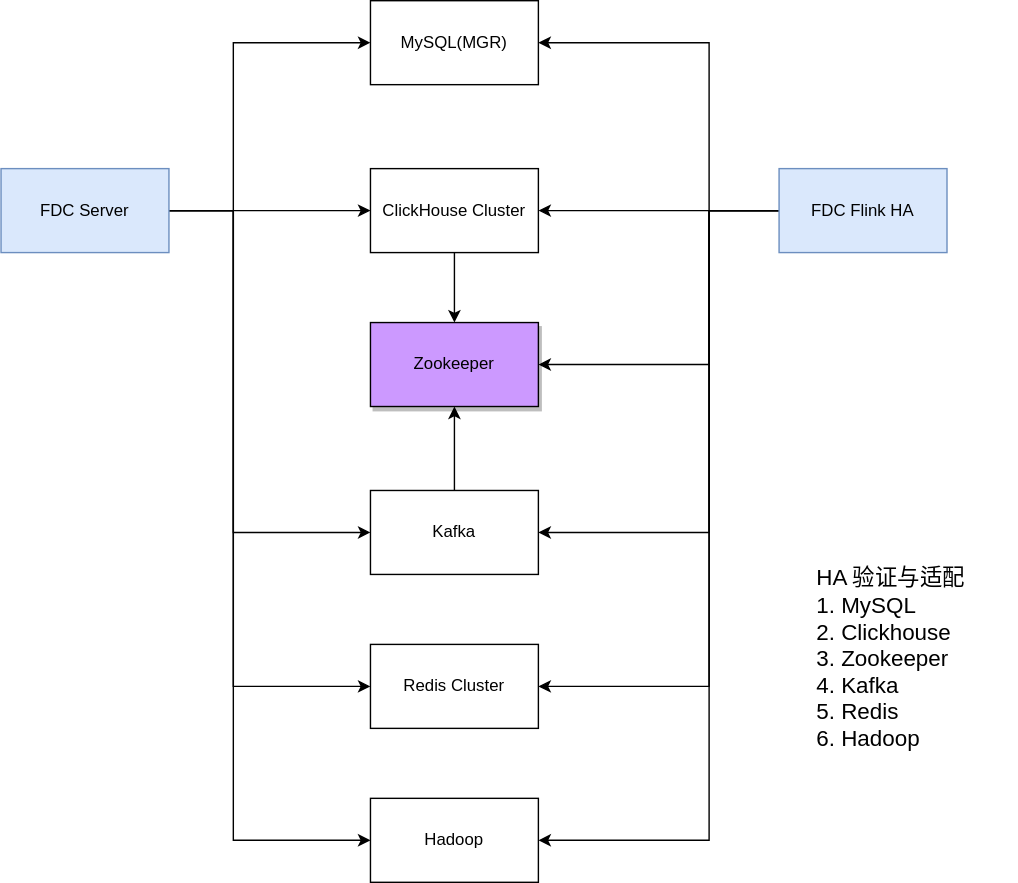
Before: FDC分布式集群方案.drawio.svg, a diagram exported from draw.io (siyawu/draw). Source tidied: cells renumbered, new cells last; positions are measured from the earlier drawing's top-left corner, leaving out a move shared by most shapes. Its diagram source:
```xml
<mxGraphModel>
  <root>
    <mxCell id="0" />
    <mxCell id="1" parent="0" />
    <mxCell id="2" value="Redis Cluster" style="rounded=0;whiteSpace=wrap;html=1;" parent="1" vertex="1">
      <mxGeometry x="264" y="460" width="120" height="60" as="geometry" />
    </mxCell>
    <mxCell id="3" style="edgeStyle=orthogonalEdgeStyle;rounded=0;jettySize=auto;html=1;entryX=0.5;entryY=0;entryDx=0;entryDy=0;" parent="1" edge="1" source="4" target="8">
      <mxGeometry relative="1" as="geometry" />
    </mxCell>
    <mxCell id="4" value="ClickHouse Cluster" style="rounded=0;whiteSpace=wrap;html=1;" parent="1" vertex="1">
      <mxGeometry x="264" y="120" width="120" height="60" as="geometry" />
    </mxCell>
    <mxCell id="5" value="MySQL(MGR)" style="rounded=0;whiteSpace=wrap;html=1;" parent="1" vertex="1">
      <mxGeometry x="264" width="120" height="60" as="geometry" />
    </mxCell>
    <mxCell id="6" style="edgeStyle=orthogonalEdgeStyle;rounded=0;jettySize=auto;html=1;entryX=0.5;entryY=1;entryDx=0;entryDy=0;" parent="1" edge="1" source="7" target="8">
      <mxGeometry relative="1" as="geometry" />
    </mxCell>
    <mxCell id="7" value="Kafka" style="rounded=0;whiteSpace=wrap;html=1;" parent="1" vertex="1">
      <mxGeometry x="264" y="350" width="120" height="60" as="geometry" />
    </mxCell>
    <mxCell id="8" value="Zookeeper" style="rounded=0;whiteSpace=wrap;html=1;shadow=1;fillColor=#CC99FF;" parent="1" vertex="1">
      <mxGeometry x="264" y="230" width="120" height="60" as="geometry" />
    </mxCell>
    <mxCell id="9" style="edgeStyle=orthogonalEdgeStyle;rounded=0;jettySize=auto;html=1;entryX=0;entryY=0.5;entryDx=0;entryDy=0;" parent="1" edge="1" source="14" target="5">
      <mxGeometry relative="1" as="geometry">
        <Array as="points">
          <mxPoint x="166" y="150" />
          <mxPoint x="166" y="30" />
        </Array>
      </mxGeometry>
    </mxCell>
    <mxCell id="10" style="edgeStyle=orthogonalEdgeStyle;rounded=0;jettySize=auto;html=1;entryX=0;entryY=0.5;entryDx=0;entryDy=0;" parent="1" edge="1" source="14" target="4">
      <mxGeometry relative="1" as="geometry" />
    </mxCell>
    <mxCell id="11" style="edgeStyle=orthogonalEdgeStyle;rounded=0;jettySize=auto;html=1;entryX=0;entryY=0.5;entryDx=0;entryDy=0;" parent="1" edge="1" source="14" target="2">
      <mxGeometry relative="1" as="geometry">
        <Array as="points">
          <mxPoint x="166" y="150" />
          <mxPoint x="166" y="490" />
        </Array>
      </mxGeometry>
    </mxCell>
    <mxCell id="12" style="edgeStyle=orthogonalEdgeStyle;rounded=0;jettySize=auto;html=1;entryX=0;entryY=0.5;entryDx=0;entryDy=0;" parent="1" edge="1" source="14" target="7">
      <mxGeometry relative="1" as="geometry">
        <Array as="points">
          <mxPoint x="166" y="150" />
          <mxPoint x="166" y="380" />
        </Array>
      </mxGeometry>
    </mxCell>
    <mxCell id="13" style="edgeStyle=orthogonalEdgeStyle;rounded=0;jettySize=auto;html=1;entryX=0;entryY=0.5;entryDx=0;entryDy=0;" parent="1" edge="1" source="14" target="22">
      <mxGeometry relative="1" as="geometry">
        <Array as="points">
          <mxPoint x="166" y="150" />
          <mxPoint x="166" y="600" />
        </Array>
      </mxGeometry>
    </mxCell>
    <mxCell id="14" value="FDC Server" style="rounded=0;whiteSpace=wrap;html=1;fillColor=#dae8fc;strokeColor=#6c8ebf;" parent="1" vertex="1">
      <mxGeometry y="120" width="120" height="60" as="geometry" />
    </mxCell>
    <mxCell id="15" style="edgeStyle=orthogonalEdgeStyle;rounded=0;jettySize=auto;html=1;entryX=1;entryY=0.5;entryDx=0;entryDy=0;" parent="1" edge="1" source="21" target="5">
      <mxGeometry relative="1" as="geometry">
        <Array as="points">
          <mxPoint x="506" y="150" />
          <mxPoint x="506" y="30" />
        </Array>
      </mxGeometry>
    </mxCell>
    <mxCell id="16" style="edgeStyle=orthogonalEdgeStyle;rounded=0;jettySize=auto;html=1;entryX=1;entryY=0.5;entryDx=0;entryDy=0;" parent="1" edge="1" source="21" target="7">
      <mxGeometry relative="1" as="geometry">
        <Array as="points">
          <mxPoint x="506" y="150" />
          <mxPoint x="506" y="380" />
        </Array>
      </mxGeometry>
    </mxCell>
    <mxCell id="17" style="edgeStyle=orthogonalEdgeStyle;rounded=0;jettySize=auto;html=1;" parent="1" edge="1" source="21" target="4">
      <mxGeometry relative="1" as="geometry" />
    </mxCell>
    <mxCell id="18" style="edgeStyle=orthogonalEdgeStyle;rounded=0;jettySize=auto;html=1;entryX=1;entryY=0.5;entryDx=0;entryDy=0;" parent="1" edge="1" source="21" target="2">
      <mxGeometry relative="1" as="geometry">
        <Array as="points">
          <mxPoint x="506" y="150" />
          <mxPoint x="506" y="490" />
        </Array>
      </mxGeometry>
    </mxCell>
    <mxCell id="19" style="edgeStyle=orthogonalEdgeStyle;rounded=0;jettySize=auto;html=1;entryX=1;entryY=0.5;entryDx=0;entryDy=0;" parent="1" edge="1" source="21" target="22">
      <mxGeometry relative="1" as="geometry">
        <Array as="points">
          <mxPoint x="506" y="150" />
          <mxPoint x="506" y="600" />
        </Array>
      </mxGeometry>
    </mxCell>
    <mxCell id="20" style="edgeStyle=orthogonalEdgeStyle;rounded=0;jettySize=auto;html=1;entryX=1;entryY=0.5;entryDx=0;entryDy=0;fontSize=16;" parent="1" edge="1" source="21" target="8">
      <mxGeometry relative="1" as="geometry">
        <Array as="points">
          <mxPoint x="506" y="150" />
          <mxPoint x="506" y="260" />
        </Array>
      </mxGeometry>
    </mxCell>
    <mxCell id="21" value="FDC Flink HA" style="rounded=0;whiteSpace=wrap;html=1;fillColor=#dae8fc;strokeColor=#6c8ebf;" parent="1" vertex="1">
      <mxGeometry x="556" y="120" width="120" height="60" as="geometry" />
    </mxCell>
    <mxCell id="22" value="Hadoop" style="rounded=0;whiteSpace=wrap;html=1;" parent="1" vertex="1">
      <mxGeometry x="264" y="570" width="120" height="60" as="geometry" />
    </mxCell>
    <mxCell id="23" value="HA 验证与适配&lt;br style=&quot;font-size: 16px;&quot;&gt;&lt;div style=&quot;text-align: left; font-size: 16px;&quot;&gt;&lt;span style=&quot;background-color: initial; font-size: 16px;&quot;&gt;1. MySQL&lt;/span&gt;&lt;/div&gt;&lt;div style=&quot;text-align: left; font-size: 16px;&quot;&gt;&lt;span style=&quot;background-color: initial; font-size: 16px;&quot;&gt;2. Clickhouse&lt;/span&gt;&lt;/div&gt;&lt;div style=&quot;text-align: left; font-size: 16px;&quot;&gt;&lt;span style=&quot;background-color: initial; font-size: 16px;&quot;&gt;3. Zookeeper&lt;/span&gt;&lt;/div&gt;&lt;div style=&quot;text-align: left; font-size: 16px;&quot;&gt;&lt;span style=&quot;background-color: initial; font-size: 16px;&quot;&gt;4. Kafka&lt;/span&gt;&lt;/div&gt;&lt;div style=&quot;text-align: left; font-size: 16px;&quot;&gt;&lt;span style=&quot;background-color: initial; font-size: 16px;&quot;&gt;5. Redis&lt;/span&gt;&lt;/div&gt;&lt;div style=&quot;text-align: left; font-size: 16px;&quot;&gt;&lt;span style=&quot;background-color: initial; font-size: 16px;&quot;&gt;6. Hadoop&lt;/span&gt;&lt;/div&gt;" style="text;html=1;strokeColor=none;fillColor=none;align=center;verticalAlign=middle;whiteSpace=wrap;rounded=0;fontSize=16;" parent="1" vertex="1">
      <mxGeometry x="546" y="390" width="180" height="160" as="geometry" />
    </mxCell>
  </root>
</mxGraphModel>
```
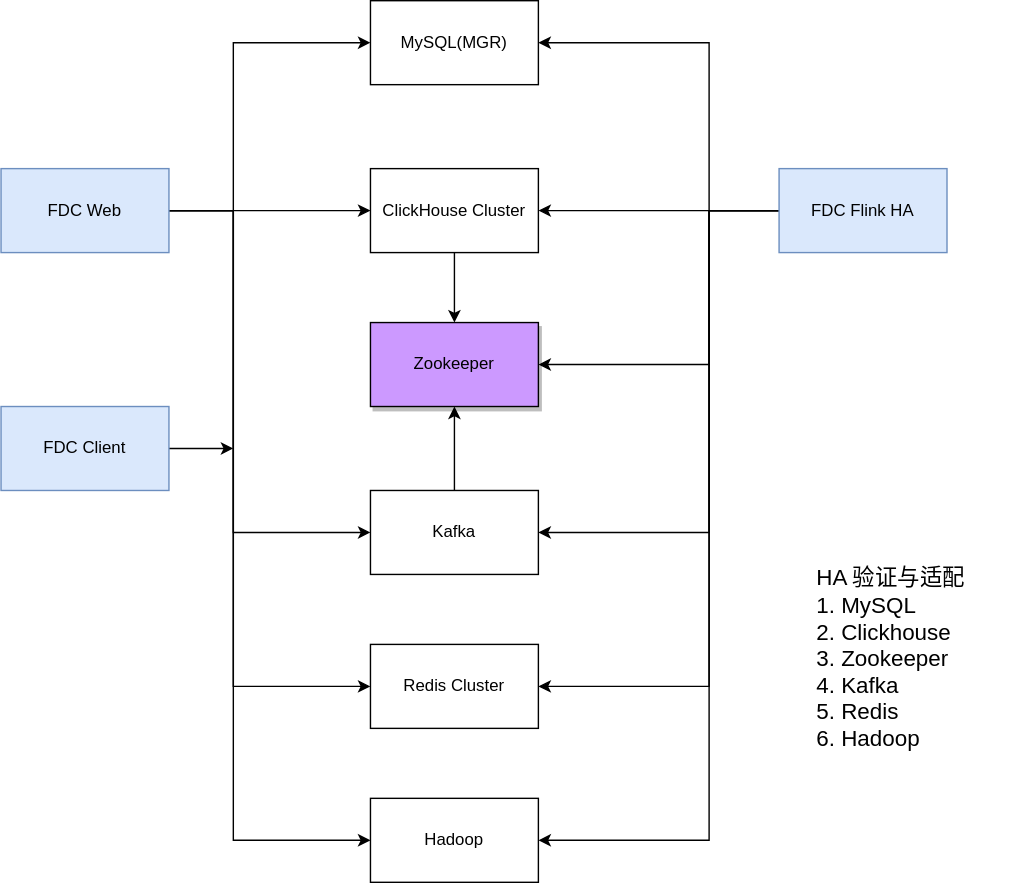
Above is the later version.

Commit message:
更新FDC分布式集群方案.drawio.svg

Diff of the diagram source:
```diff
@@ -58,7 +58,7 @@
         </Array>
       </mxGeometry>
     </mxCell>
-    <mxCell id="14" value="FDC Server" style="rounded=0;whiteSpace=wrap;html=1;fillColor=#dae8fc;strokeColor=#6c8ebf;" parent="1" vertex="1">
+    <mxCell id="14" value="FDC Web" style="rounded=0;whiteSpace=wrap;html=1;fillColor=#dae8fc;strokeColor=#6c8ebf;" parent="1" vertex="1">
       <mxGeometry y="120" width="120" height="60" as="geometry" />
     </mxCell>
     <mxCell id="15" style="edgeStyle=orthogonalEdgeStyle;rounded=0;jettySize=auto;html=1;entryX=1;entryY=0.5;entryDx=0;entryDy=0;" parent="1" edge="1" source="21" target="5">
@@ -113,5 +113,13 @@
     <mxCell id="23" value="HA 验证与适配&lt;br style=&quot;font-size: 16px;&quot;&gt;&lt;div style=&quot;text-align: left; font-size: 16px;&quot;&gt;&lt;span style=&quot;background-color: initial; font-size: 16px;&quot;&gt;1. MySQL&lt;/span&gt;&lt;/div&gt;&lt;div style=&quot;text-align: left; font-size: 16px;&quot;&gt;&lt;span style=&quot;background-color: initial; font-size: 16px;&quot;&gt;2. Clickhouse&lt;/span&gt;&lt;/div&gt;&lt;div style=&quot;text-align: left; font-size: 16px;&quot;&gt;&lt;span style=&quot;background-color: initial; font-size: 16px;&quot;&gt;3. Zookeeper&lt;/span&gt;&lt;/div&gt;&lt;div style=&quot;text-align: left; font-size: 16px;&quot;&gt;&lt;span style=&quot;background-color: initial; font-size: 16px;&quot;&gt;4. Kafka&lt;/span&gt;&lt;/div&gt;&lt;div style=&quot;text-align: left; font-size: 16px;&quot;&gt;&lt;span style=&quot;background-color: initial; font-size: 16px;&quot;&gt;5. Redis&lt;/span&gt;&lt;/div&gt;&lt;div style=&quot;text-align: left; font-size: 16px;&quot;&gt;&lt;span style=&quot;background-color: initial; font-size: 16px;&quot;&gt;6. Hadoop&lt;/span&gt;&lt;/div&gt;" style="text;html=1;strokeColor=none;fillColor=none;align=center;verticalAlign=middle;whiteSpace=wrap;rounded=0;fontSize=16;" parent="1" vertex="1">
       <mxGeometry x="546" y="390" width="180" height="160" as="geometry" />
     </mxCell>
+    <mxCell id="24" style="edgeStyle=orthogonalEdgeStyle;rounded=0;jettySize=auto;html=1;" parent="1" edge="1" source="25">
+      <mxGeometry relative="1" as="geometry">
+        <mxPoint x="166" y="320" as="targetPoint" />
+      </mxGeometry>
+    </mxCell>
+    <mxCell id="25" value="FDC Client" style="rounded=0;whiteSpace=wrap;html=1;fillColor=#dae8fc;strokeColor=#6c8ebf;" parent="1" vertex="1">
+      <mxGeometry y="290" width="120" height="60" as="geometry" />
+    </mxCell>
   </root>
 </mxGraphModel>
```
